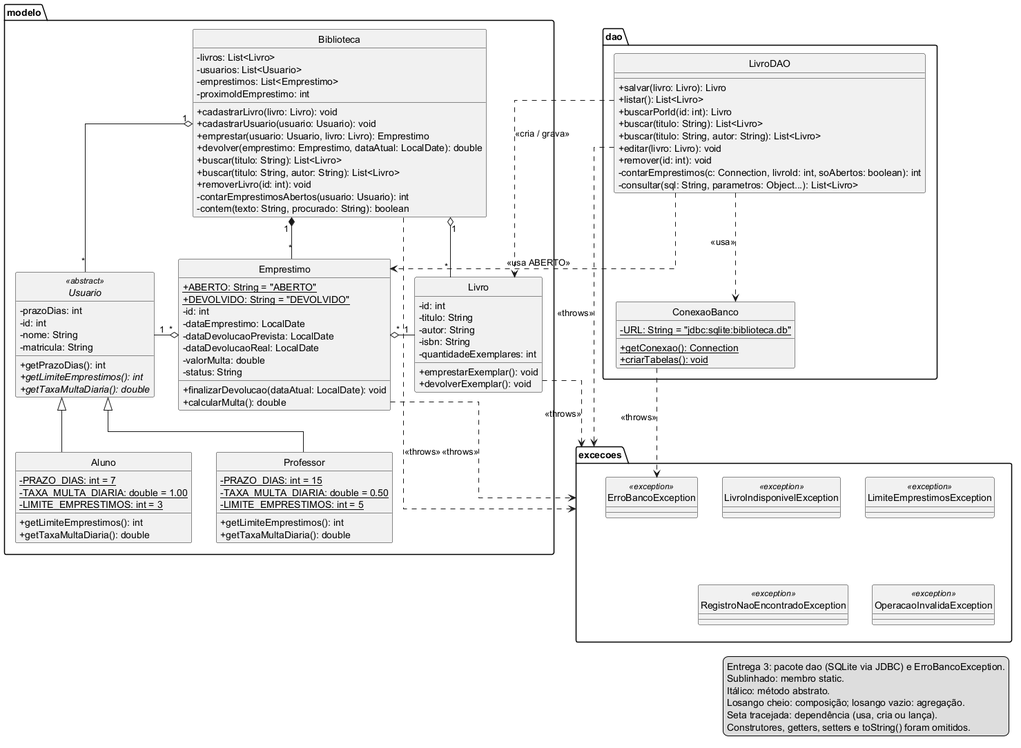
Above: docs/uml_entrega_tres.png in Strarxz/Biblioteca_POO (PlantUML), before the change.
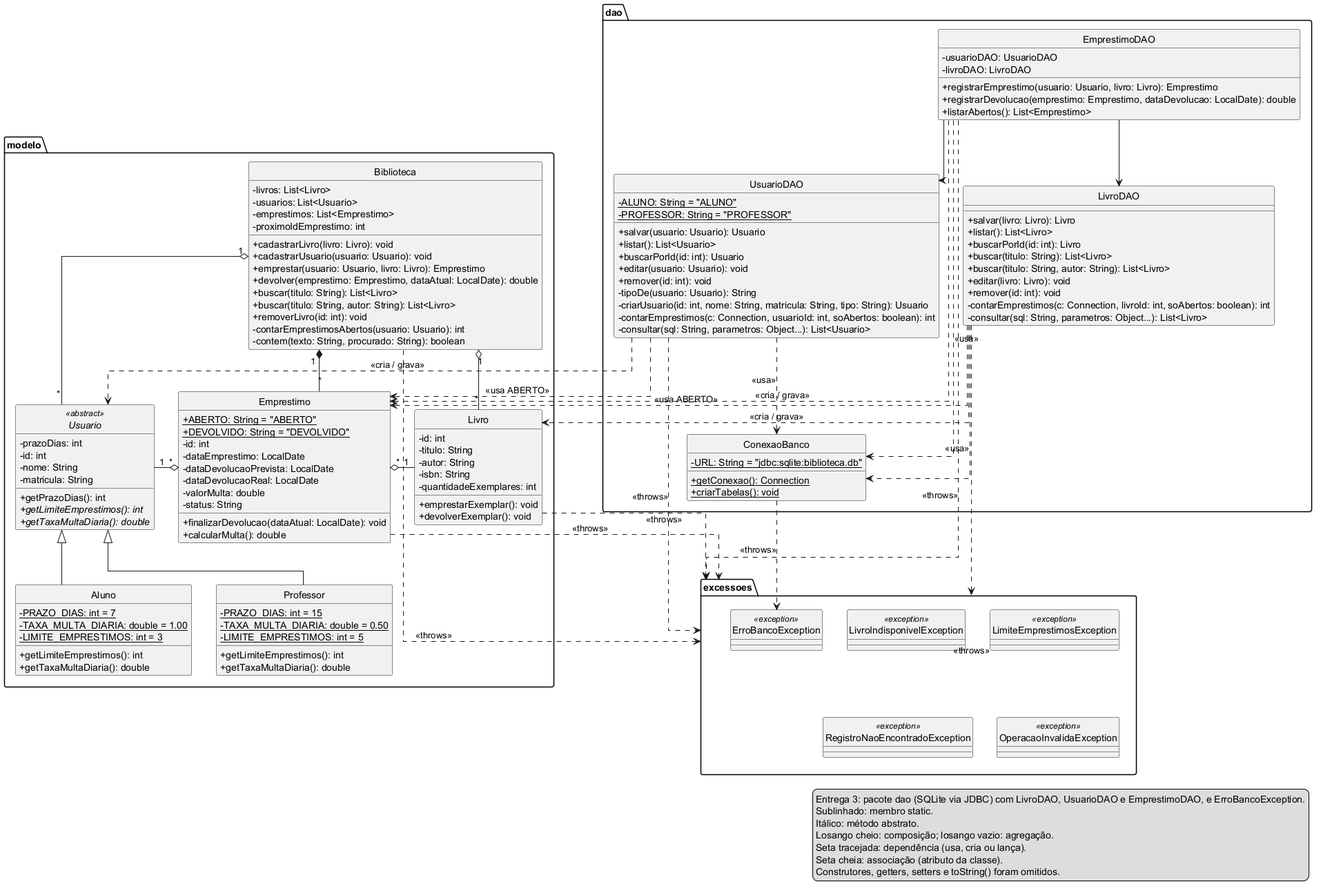
The same file after the commit.

Commit message:
Atualiza o diagrama da Entrega 3 com UsuarioDAO, EmprestimoDAO e o pacote excessoes

Diff of the diagram source:
```diff
@@ -80,6 +80,28 @@
   + {static} criarTabelas(): void
 }
 
+class UsuarioDAO {
+  - {static} ALUNO: String = "ALUNO"
+  - {static} PROFESSOR: String = "PROFESSOR"
+  + salvar(usuario: Usuario): Usuario
+  + listar(): List<Usuario>
+  + buscarPorId(id: int): Usuario
+  + editar(usuario: Usuario): void
+  + remover(id: int): void
+  - tipoDe(usuario: Usuario): String
+  - criarUsuario(id: int, nome: String, matricula: String, tipo: String): Usuario
+  - contarEmprestimos(c: Connection, usuarioId: int, soAbertos: boolean): int
+  - consultar(sql: String, parametros: Object...): List<Usuario>
+}
+
+class EmprestimoDAO {
+  - usuarioDAO: UsuarioDAO
+  - livroDAO: LivroDAO
+  + registrarEmprestimo(usuario: Usuario, livro: Livro): Emprestimo
+  + registrarDevolucao(emprestimo: Emprestimo, dataDevolucao: LocalDate): double
+  + listarAbertos(): List<Emprestimo>
+}
+
 class LivroDAO {
   + salvar(livro: Livro): Livro
   + listar(): List<Livro>
@@ -94,7 +116,7 @@
 
 }
 
-package excecoes {
+package excessoes {
   class LivroIndisponivelException <<exception>>
   class LimiteEmprestimosException <<exception>>
   class RegistroNaoEncontradoException <<exception>>
@@ -102,10 +124,12 @@
   class ErroBancoException <<exception>>
 }
 
-Biblioteca ..> excecoes : <<throws>>
-Emprestimo ..> excecoes : <<throws>>
-Livro ..> excecoes : <<throws>>
-LivroDAO ..> excecoes : <<throws>>
+Biblioteca ..> excessoes : <<throws>>
+Emprestimo ..> excessoes : <<throws>>
+Livro ..> excessoes : <<throws>>
+LivroDAO ..> excessoes : <<throws>>
+UsuarioDAO ..> excessoes : <<throws>>
+EmprestimoDAO ..> excessoes : <<throws>>
 ConexaoBanco ..> ErroBancoException : <<throws>>
 
 Usuario <|-- Aluno
@@ -122,12 +146,22 @@
 LivroDAO ..> Livro : <<cria / grava>>
 LivroDAO ..> Emprestimo : <<usa ABERTO>>
 
+UsuarioDAO ..> ConexaoBanco : <<usa>>
+UsuarioDAO ..> Usuario : <<cria / grava>>
+UsuarioDAO ..> Emprestimo : <<usa ABERTO>>
+
+EmprestimoDAO ..> ConexaoBanco : <<usa>>
+EmprestimoDAO ..> Emprestimo : <<cria / grava>>
+EmprestimoDAO --> UsuarioDAO
+EmprestimoDAO --> LivroDAO
+
 legend right
-  Entrega 3: pacote dao (SQLite via JDBC) e ErroBancoException.
+  Entrega 3: pacote dao (SQLite via JDBC) com LivroDAO, UsuarioDAO e EmprestimoDAO, e ErroBancoException.
   Sublinhado: membro static.
   Itálico: método abstrato.
   Losango cheio: composição; losango vazio: agregação.
   Seta tracejada: dependência (usa, cria ou lança).
+  Seta cheia: associação (atributo da classe).
   Construtores, getters, setters e toString() foram omitidos.
 endlegend
 
```
